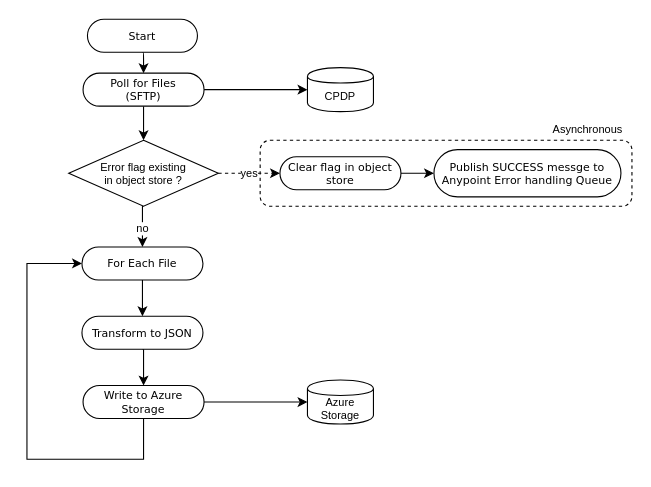
The draw.io diagram page "CPDP Ingest Flow" (17 of 18) of Copy of eInvoicing API Led.drawio in ahernandez1129/anypoint, before the edit. Source tidied: cells renumbered, new cells numbered last; positions are measured from the earlier drawing's top-left corner, leaving out a move shared by most shapes. Both pictures are drawn from the tidied source at 110%, with x=0, y=0 at pixel (26, 19).
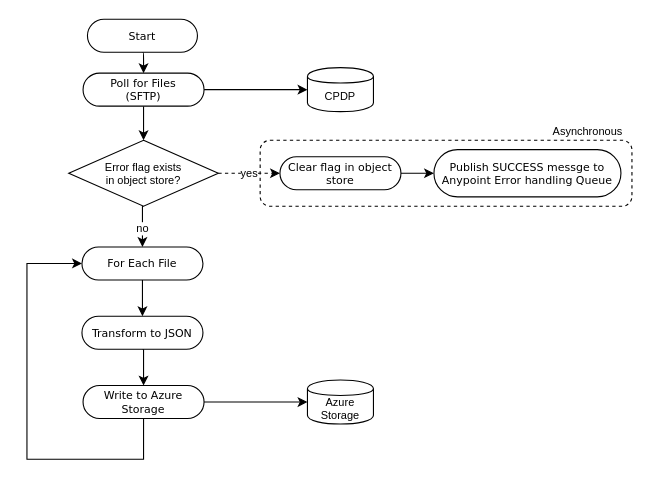
After the change.

What changed in the source:
```diff
@@
-    <mxCell id="11" value="&lt;font style=&quot;font-size: 10px;&quot;&gt;Error flag existing &lt;br style=&quot;font-size: 10px;&quot;&gt;in object store ?&lt;/font&gt;" style="rhombus;whiteSpace=wrap;html=1;fontSize=10;" parent="1" vertex="1">
+    <mxCell id="11" value="&lt;font style=&quot;font-size: 10px&quot;&gt;Error flag exists&lt;br style=&quot;font-size: 10px&quot;&gt;in object store?&lt;/font&gt;" style="rhombus;whiteSpace=wrap;html=1;fontSize=10;" parent="1" vertex="1">
       <mxGeometry x="38" y="110" width="136" height="60" as="geometry" />
     </mxCell>
@@
     <mxCell id="23" value="Asynchronous" style="text;html=1;strokeColor=none;fillColor=none;align=center;verticalAlign=middle;whiteSpace=wrap;rounded=0;dashed=1;fontSize=10;" parent="1" vertex="1">
-      <mxGeometry x="490" y="90" width="40" height="20" as="geometry" />
+      <mxGeometry x="490" y="92" width="40" height="20" as="geometry" />
     </mxCell>
```
